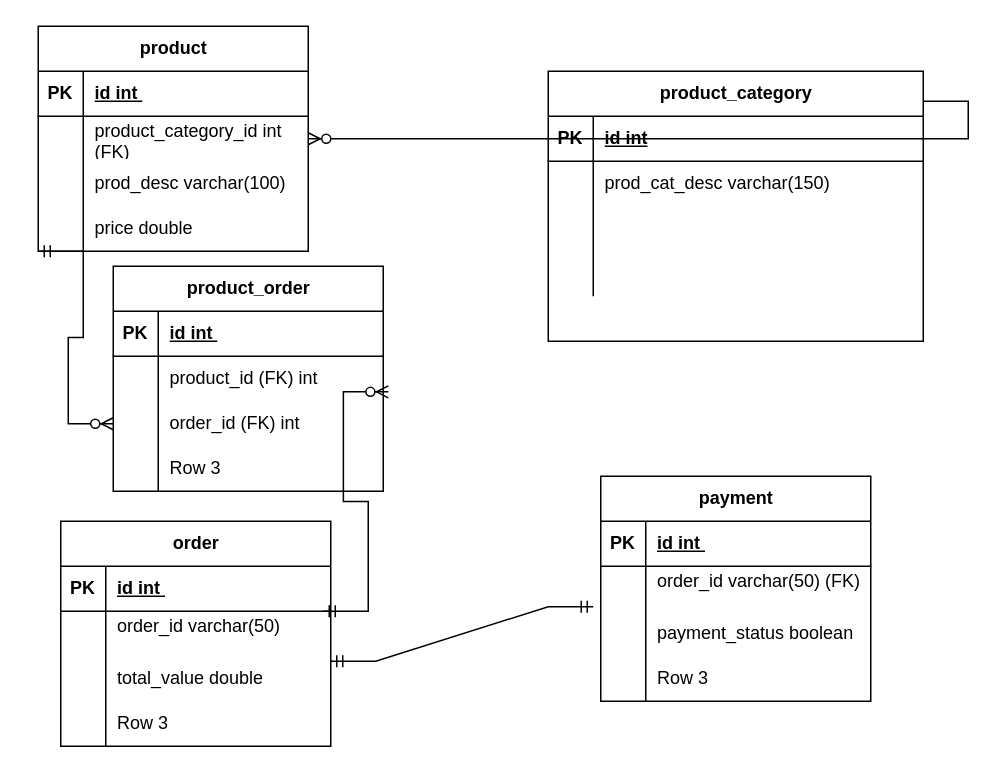
Earlier version of the draw.io diagram page "ecom-physical" (5 of 5) of day1_20_9_25/data_model.drawio (jayanta1971/capgeminisept25). Source tidied: cells renumbered, new cells numbered last; positions are measured from the earlier drawing's top-left corner, leaving out a move shared by most shapes. Both pictures are drawn from the tidied source at 150%, with x=0, y=0 at pixel (38, 26).
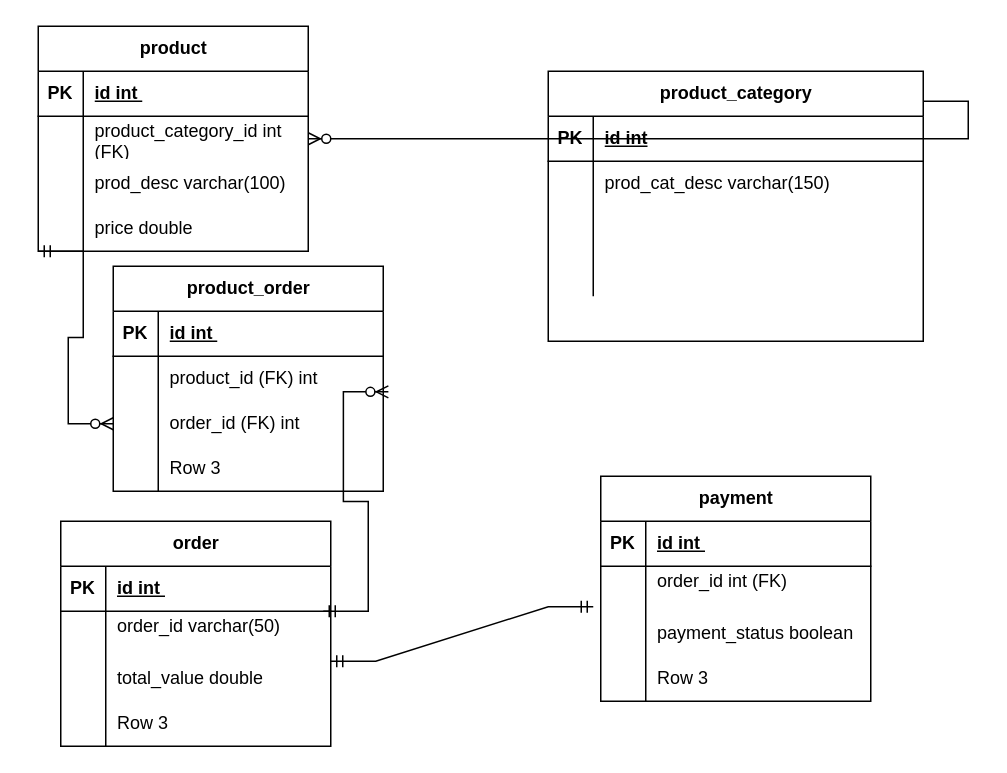
The same page after the edit.

Unchanged cells that the change refers to:
```xml
<mxCell id="62" style="shape=tableRow;horizontal=0;startSize=0;swimlaneHead=0;swimlaneBody=0;fillColor=none;top=0;left=0;right=0;bottom=0;" parent="58" vertex="1">
  <mxGeometry y="60" width="180" height="30" as="geometry" />
</mxCell>
```

Change to the diagram source:
```diff
@@
-    <mxCell id="64" value="order_id varchar(50) (FK)&lt;div&gt;&lt;br&gt;&lt;/div&gt;" style="shape=partialRectangle;fillColor=none;top=0;left=0;bottom=0;right=0;align=left;spacingLeft=6;overflow=hidden;whiteSpace=wrap;html=1;" parent="62" vertex="1">
+    <mxCell id="64" value="order_id int (FK)&lt;div&gt;&lt;br&gt;&lt;/div&gt;" style="shape=partialRectangle;fillColor=none;top=0;left=0;bottom=0;right=0;align=left;spacingLeft=6;overflow=hidden;whiteSpace=wrap;html=1;" parent="62" vertex="1">
       <mxGeometry x="30" width="150" height="30" as="geometry" />
     </mxCell>
```
